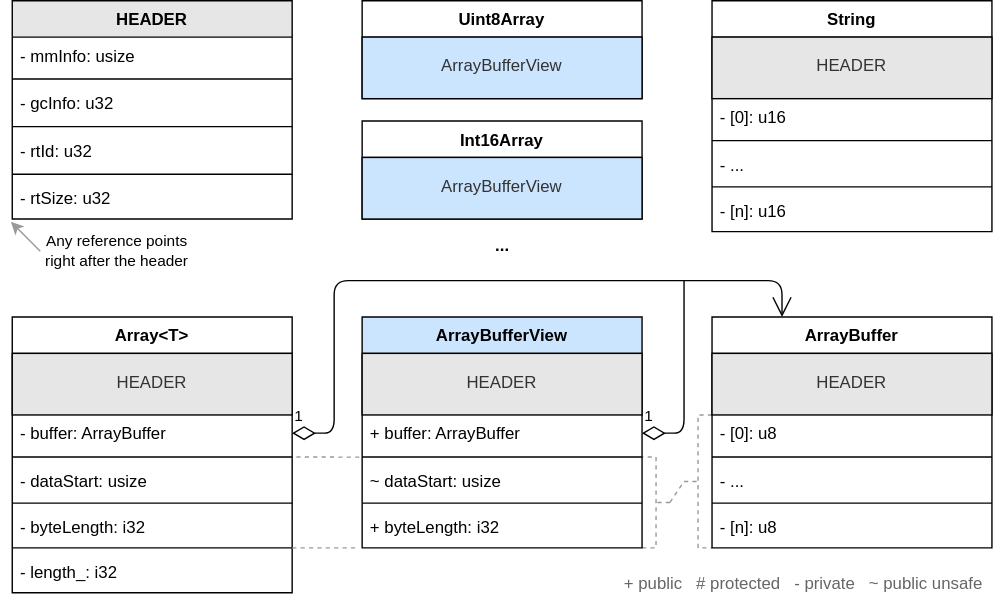
Before: .gitbook/assets/managedobjectlayout.svg, a diagram exported from draw.io (jtpio/AssemblyScript-docs). Source tidied: cells renumbered, new cells last; positions are measured from the earlier drawing's top-left corner, leaving out a move shared by most shapes.
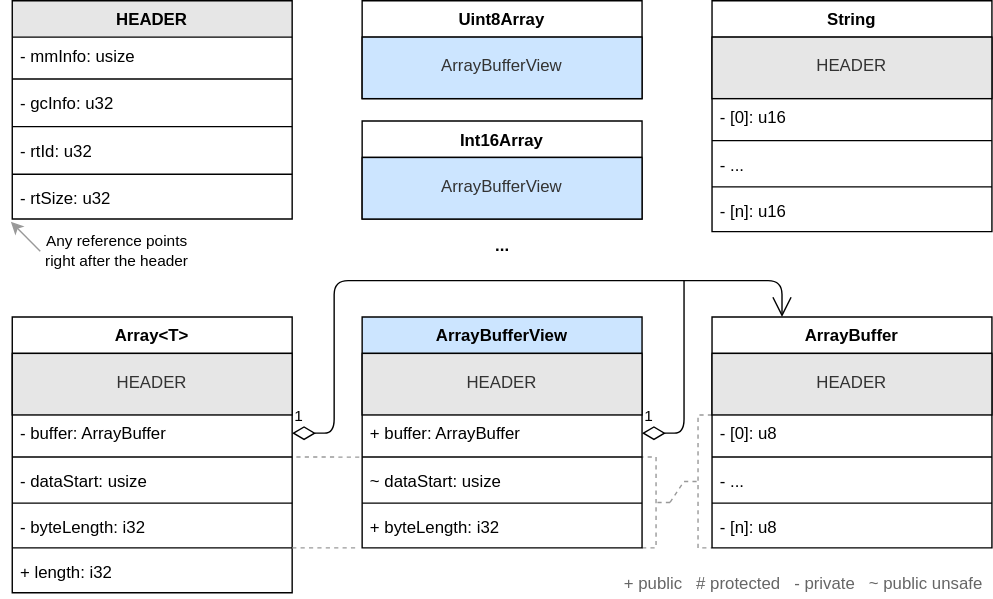
After the commit.

Commit message:
can document .length as public

What changed in the source:
```diff
@@ -160,7 +160,7 @@
     <mxCell id="50" style="line;strokeWidth=1;fillColor=none;align=left;verticalAlign=middle;spacingTop=-1;spacingLeft=3;spacingRight=3;labelPosition=right;" parent="43" vertex="1">
       <mxGeometry y="161" width="200" height="8" as="geometry" />
     </mxCell>
-    <mxCell id="51" value="- length_: i32" style="text;strokeColor=none;fillColor=none;align=left;verticalAlign=top;spacingLeft=4;spacingRight=4;overflow=hidden;fontStyle=0;" parent="43" vertex="1">
+    <mxCell id="51" value="+ length: i32" style="text;strokeColor=none;fillColor=none;align=left;verticalAlign=top;spacingLeft=4;spacingRight=4;overflow=hidden;fontStyle=0;" parent="43" vertex="1">
       <mxGeometry y="169" width="200" height="28" as="geometry" />
     </mxCell>
     <mxCell id="52" style="endArrow=none;html=1;strokeColor=#999999;strokeWidth=1;fontSize=11;fontColor=#EA6B66;entryX=0;entryY=-0.154;entryDx=0;entryDy=0;entryPerimeter=0;exitX=1.015;exitY=-0.16;exitDx=0;exitDy=0;exitPerimeter=0;dashed=1;" parent="1" edge="1" source="47" target="29">
```
